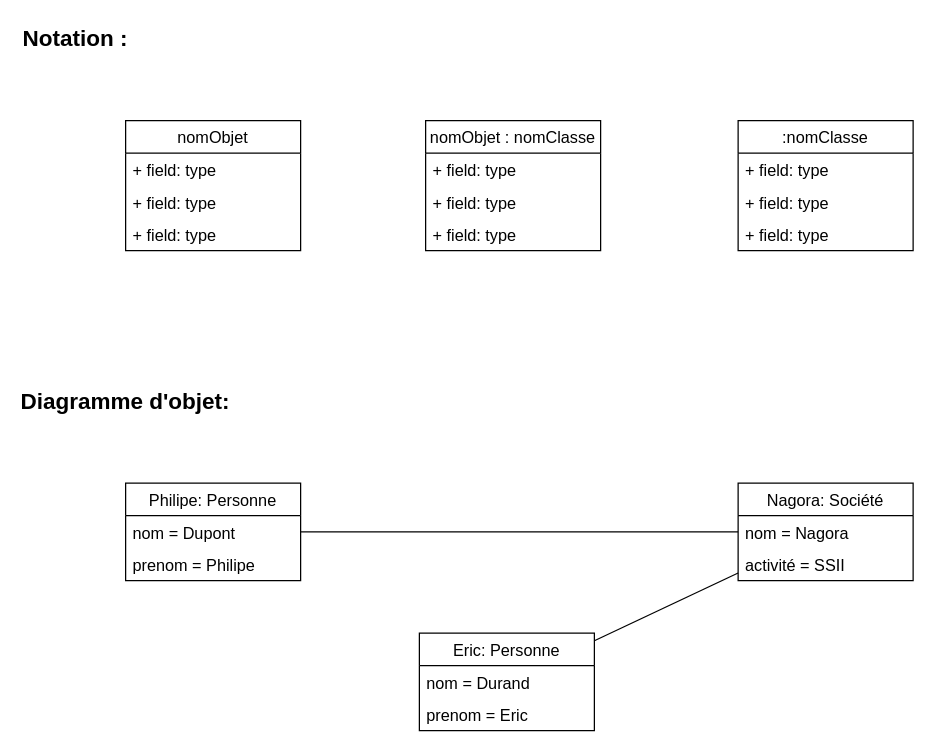
Above: page "Objects" (4 of 5) of Diagram.drawio in yahyamallak/UML (draw.io), before the change. Source tidied: cells renumbered, new cells numbered last; positions are measured from the earlier drawing's top-left corner, leaving out a move shared by most shapes. Both pictures are drawn from the tidied source at 125%, with x=0, y=0 at pixel (25, 20).
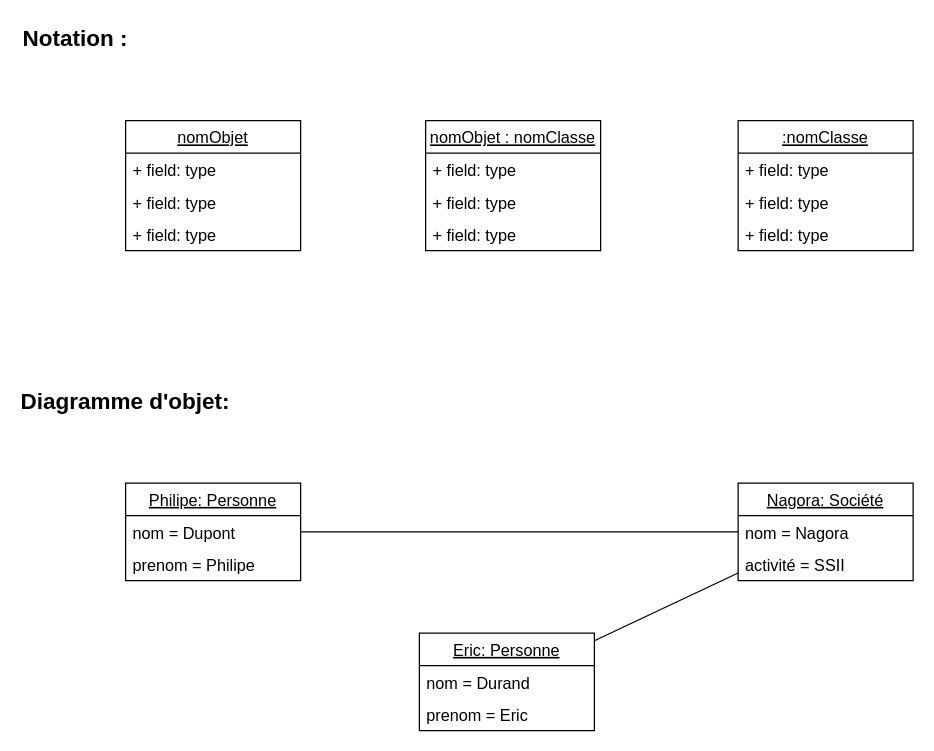
The same diagram, later.

Change to the diagram source:
```diff
@@
-    <mxCell id="2" value="nomObjet" style="swimlane;fontStyle=0;horizontal=1;startSize=26;fillColor=none;fontSize=13;" parent="1" vertex="1">
+    <mxCell id="2" value="nomObjet" style="swimlane;fontStyle=4;horizontal=1;startSize=26;fillColor=none;fontSize=13;" parent="1" vertex="1">
       <mxGeometry x="80" y="80" width="140" height="104" as="geometry" />
     </mxCell>
@@
-    <mxCell id="7" value="nomObjet : nomClasse" style="swimlane;fontStyle=0;horizontal=1;startSize=26;fillColor=none;fontSize=13;" parent="1" vertex="1">
+    <mxCell id="7" value="nomObjet : nomClasse" style="swimlane;fontStyle=4;horizontal=1;startSize=26;fillColor=none;fontSize=13;" parent="1" vertex="1">
       <mxGeometry x="320" y="80" width="140" height="104" as="geometry" />
     </mxCell>
@@
-    <mxCell id="11" value=":nomClasse" style="swimlane;fontStyle=0;horizontal=1;startSize=26;fillColor=none;fontSize=13;" parent="1" vertex="1">
+    <mxCell id="11" value=":nomClasse" style="swimlane;fontStyle=4;horizontal=1;startSize=26;fillColor=none;fontSize=13;" parent="1" vertex="1">
       <mxGeometry x="570" y="80" width="140" height="104" as="geometry" />
     </mxCell>
@@
-    <mxCell id="16" value="Philipe: Personne" style="swimlane;fontStyle=0;horizontal=1;startSize=26;fillColor=none;fontSize=13;" parent="1" vertex="1">
+    <mxCell id="16" value="Philipe: Personne" style="swimlane;fontStyle=4;horizontal=1;startSize=26;fillColor=none;fontSize=13;" parent="1" vertex="1">
       <mxGeometry x="80" y="370" width="140" height="78" as="geometry" />
     </mxCell>
@@
-    <mxCell id="19" value="Eric: Personne" style="swimlane;fontStyle=0;horizontal=1;startSize=26;fillColor=none;fontSize=13;" parent="1" vertex="1">
+    <mxCell id="19" value="Eric: Personne" style="swimlane;fontStyle=4;horizontal=1;startSize=26;fillColor=none;fontSize=13;" parent="1" vertex="1">
       <mxGeometry x="315" y="490" width="140" height="78" as="geometry" />
     </mxCell>
@@
-    <mxCell id="22" value="Nagora: Société" style="swimlane;fontStyle=0;horizontal=1;startSize=26;fillColor=none;fontSize=13;" parent="1" vertex="1">
+    <mxCell id="22" value="Nagora: Société" style="swimlane;fontStyle=4;horizontal=1;startSize=26;fillColor=none;fontSize=13;" parent="1" vertex="1">
       <mxGeometry x="570" y="370" width="140" height="78" as="geometry" />
     </mxCell>
```
